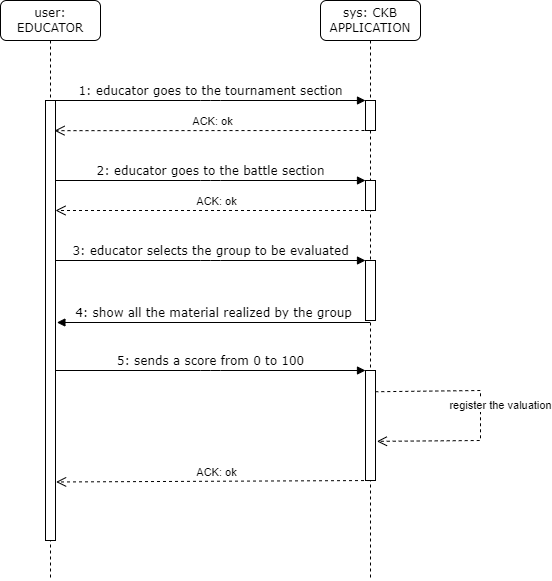
SimoneLucca2/CodingCompetitionApplication keeps this draw.io diagram as Resources/UML/SequenceDiagram/RASD/UC7 - Evaluate Group.drawio.png. Above is the earlier version. Source tidied: cells renumbered, new cells last; positions are measured from the earlier drawing's top-left corner, leaving out a move shared by most shapes. The source it was exported from:
```xml
<mxGraphModel>
  <root>
    <mxCell id="0" />
    <mxCell id="1" parent="0" />
    <mxCell id="2" value="sys: CKB APPLICATION" style="shape=umlLifeline;perimeter=lifelinePerimeter;whiteSpace=wrap;html=1;outlineConnect=0;rounded=1;shadow=0;comic=0;labelBackgroundColor=none;strokeWidth=1;fontFamily=Verdana;fontSize=12;align=center;" parent="1" vertex="1">
      <mxGeometry x="320" width="100" height="580" as="geometry" />
    </mxCell>
    <mxCell id="3" style="html=1;points=[];perimeter=orthogonalPerimeter;rounded=0;shadow=0;comic=0;labelBackgroundColor=none;strokeWidth=1;fontFamily=Verdana;fontSize=12;align=center;" parent="2" vertex="1">
      <mxGeometry x="45" y="100" width="10" height="30" as="geometry" />
    </mxCell>
    <mxCell id="4" style="html=1;perimeter=orthogonalPerimeter;rounded=0;shadow=0;comic=0;labelBackgroundColor=none;strokeWidth=1;fontFamily=Verdana;fontSize=12;align=center;" parent="2" vertex="1">
      <mxGeometry x="45" y="180" width="10" height="30" as="geometry" />
    </mxCell>
    <mxCell id="5" style="html=1;perimeter=orthogonalPerimeter;rounded=0;shadow=0;comic=0;labelBackgroundColor=none;strokeWidth=1;fontFamily=Verdana;fontSize=12;align=center;" parent="2" vertex="1">
      <mxGeometry x="45" y="260" width="10" height="60" as="geometry" />
    </mxCell>
    <mxCell id="6" style="html=1;points=[];perimeter=orthogonalPerimeter;rounded=0;shadow=0;comic=0;labelBackgroundColor=none;strokeWidth=1;fontFamily=Verdana;fontSize=12;align=center;" parent="2" vertex="1">
      <mxGeometry x="45" y="370" width="10" height="110" as="geometry" />
    </mxCell>
    <mxCell id="7" value="register the valuation" style="html=1;verticalAlign=bottom;endArrow=open;dashed=1;endSize=8;curved=0;rounded=0;exitX=0.98;exitY=0.193;exitDx=0;exitDy=0;exitPerimeter=0;entryX=1.14;entryY=0.644;entryDx=0;entryDy=0;entryPerimeter=0;" parent="2" edge="1" source="6" target="6">
      <mxGeometry y="20" relative="1" as="geometry">
        <Array as="points">
          <mxPoint x="160" y="390" />
          <mxPoint x="160" y="440" />
        </Array>
      </mxGeometry>
    </mxCell>
    <mxCell id="8" value="user: EDUCATOR" style="shape=umlLifeline;perimeter=lifelinePerimeter;whiteSpace=wrap;html=1;rounded=1;shadow=0;comic=0;labelBackgroundColor=none;strokeWidth=1;fontFamily=Verdana;fontSize=12;align=center;" parent="1" vertex="1">
      <mxGeometry width="100" height="580" as="geometry" />
    </mxCell>
    <mxCell id="9" style="html=1;points=[];perimeter=orthogonalPerimeter;rounded=0;shadow=0;comic=0;labelBackgroundColor=none;strokeWidth=1;fontFamily=Verdana;fontSize=12;align=center;" parent="8" vertex="1">
      <mxGeometry x="45" y="100" width="10" height="440" as="geometry" />
    </mxCell>
    <mxCell id="10" value="2: educator goes to the battle section" style="html=1;verticalAlign=bottom;endArrow=block;entryX=0;entryY=0;labelBackgroundColor=none;fontFamily=Verdana;fontSize=12;edgeStyle=elbowEdgeStyle;elbow=vertical;" parent="8" edge="1">
      <mxGeometry relative="1" as="geometry">
        <mxPoint x="55" y="180" as="sourcePoint" />
        <mxPoint x="365" y="180" as="targetPoint" />
      </mxGeometry>
    </mxCell>
    <mxCell id="11" value="ACK: ok" style="html=1;verticalAlign=bottom;endArrow=open;dashed=1;endSize=8;curved=0;rounded=0;" parent="8" edge="1">
      <mxGeometry relative="1" as="geometry">
        <mxPoint x="375.5" y="210" as="sourcePoint" />
        <mxPoint x="55" y="210" as="targetPoint" />
      </mxGeometry>
    </mxCell>
    <mxCell id="12" value="3: educator selects the group to be evaluated" style="html=1;verticalAlign=bottom;endArrow=block;entryX=0;entryY=0;labelBackgroundColor=none;fontFamily=Verdana;fontSize=12;edgeStyle=elbowEdgeStyle;elbow=vertical;" parent="8" edge="1">
      <mxGeometry relative="1" as="geometry">
        <mxPoint x="55" y="260" as="sourcePoint" />
        <mxPoint x="365" y="260" as="targetPoint" />
      </mxGeometry>
    </mxCell>
    <mxCell id="13" value="1: educator goes to the tournament section" style="html=1;verticalAlign=bottom;endArrow=block;entryX=0;entryY=0;labelBackgroundColor=none;fontFamily=Verdana;fontSize=12;edgeStyle=elbowEdgeStyle;elbow=vertical;" parent="1" edge="1" source="9" target="3">
      <mxGeometry relative="1" as="geometry" />
    </mxCell>
    <mxCell id="14" value="ACK: ok" style="html=1;verticalAlign=bottom;endArrow=open;dashed=1;endSize=8;curved=0;rounded=0;entryX=0.9;entryY=0.064;entryDx=0;entryDy=0;entryPerimeter=0;" parent="1" edge="1">
      <mxGeometry relative="1" as="geometry">
        <mxPoint x="370" y="130" as="sourcePoint" />
        <mxPoint x="54" y="130.2" as="targetPoint" />
      </mxGeometry>
    </mxCell>
    <mxCell id="15" value="4: show all the material realized by the group" style="html=1;verticalAlign=bottom;endArrow=block;labelBackgroundColor=none;fontFamily=Verdana;fontSize=12;edgeStyle=elbowEdgeStyle;elbow=vertical;entryX=1.14;entryY=0.504;entryDx=0;entryDy=0;entryPerimeter=0;" parent="1" edge="1" source="2" target="9">
      <mxGeometry relative="1" as="geometry" />
    </mxCell>
    <mxCell id="16" value="5: sends a score from 0 to 100" style="html=1;verticalAlign=bottom;endArrow=block;entryX=0;entryY=0;labelBackgroundColor=none;fontFamily=Verdana;fontSize=12;edgeStyle=elbowEdgeStyle;elbow=vertical;" parent="1" edge="1">
      <mxGeometry relative="1" as="geometry">
        <mxPoint x="55" y="370" as="sourcePoint" />
        <mxPoint x="365" y="370" as="targetPoint" />
      </mxGeometry>
    </mxCell>
    <mxCell id="17" value="ACK: ok" style="html=1;verticalAlign=bottom;endArrow=open;dashed=1;endSize=8;curved=0;rounded=0;entryX=1.06;entryY=0.867;entryDx=0;entryDy=0;entryPerimeter=0;" parent="1" edge="1" target="9">
      <mxGeometry relative="1" as="geometry">
        <mxPoint x="375.5" y="480" as="sourcePoint" />
      </mxGeometry>
    </mxCell>
  </root>
</mxGraphModel>
```
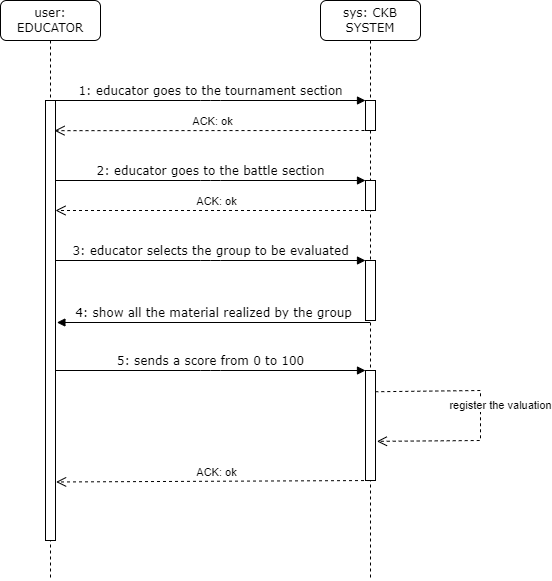
Above is the later version.

What changed in the source:
```diff
@@ -2,7 +2,7 @@
   <root>
     <mxCell id="0" />
     <mxCell id="1" parent="0" />
-    <mxCell id="2" value="sys: CKB APPLICATION" style="shape=umlLifeline;perimeter=lifelinePerimeter;whiteSpace=wrap;html=1;outlineConnect=0;rounded=1;shadow=0;comic=0;labelBackgroundColor=none;strokeWidth=1;fontFamily=Verdana;fontSize=12;align=center;" parent="1" vertex="1">
+    <mxCell id="2" value="sys: CKB SYSTEM" style="shape=umlLifeline;perimeter=lifelinePerimeter;whiteSpace=wrap;html=1;outlineConnect=0;rounded=1;shadow=0;comic=0;labelBackgroundColor=none;strokeWidth=1;fontFamily=Verdana;fontSize=12;align=center;" parent="1" vertex="1">
       <mxGeometry x="320" width="100" height="580" as="geometry" />
     </mxCell>
     <mxCell id="3" style="html=1;points=[];perimeter=orthogonalPerimeter;rounded=0;shadow=0;comic=0;labelBackgroundColor=none;strokeWidth=1;fontFamily=Verdana;fontSize=12;align=center;" parent="2" vertex="1">
```
